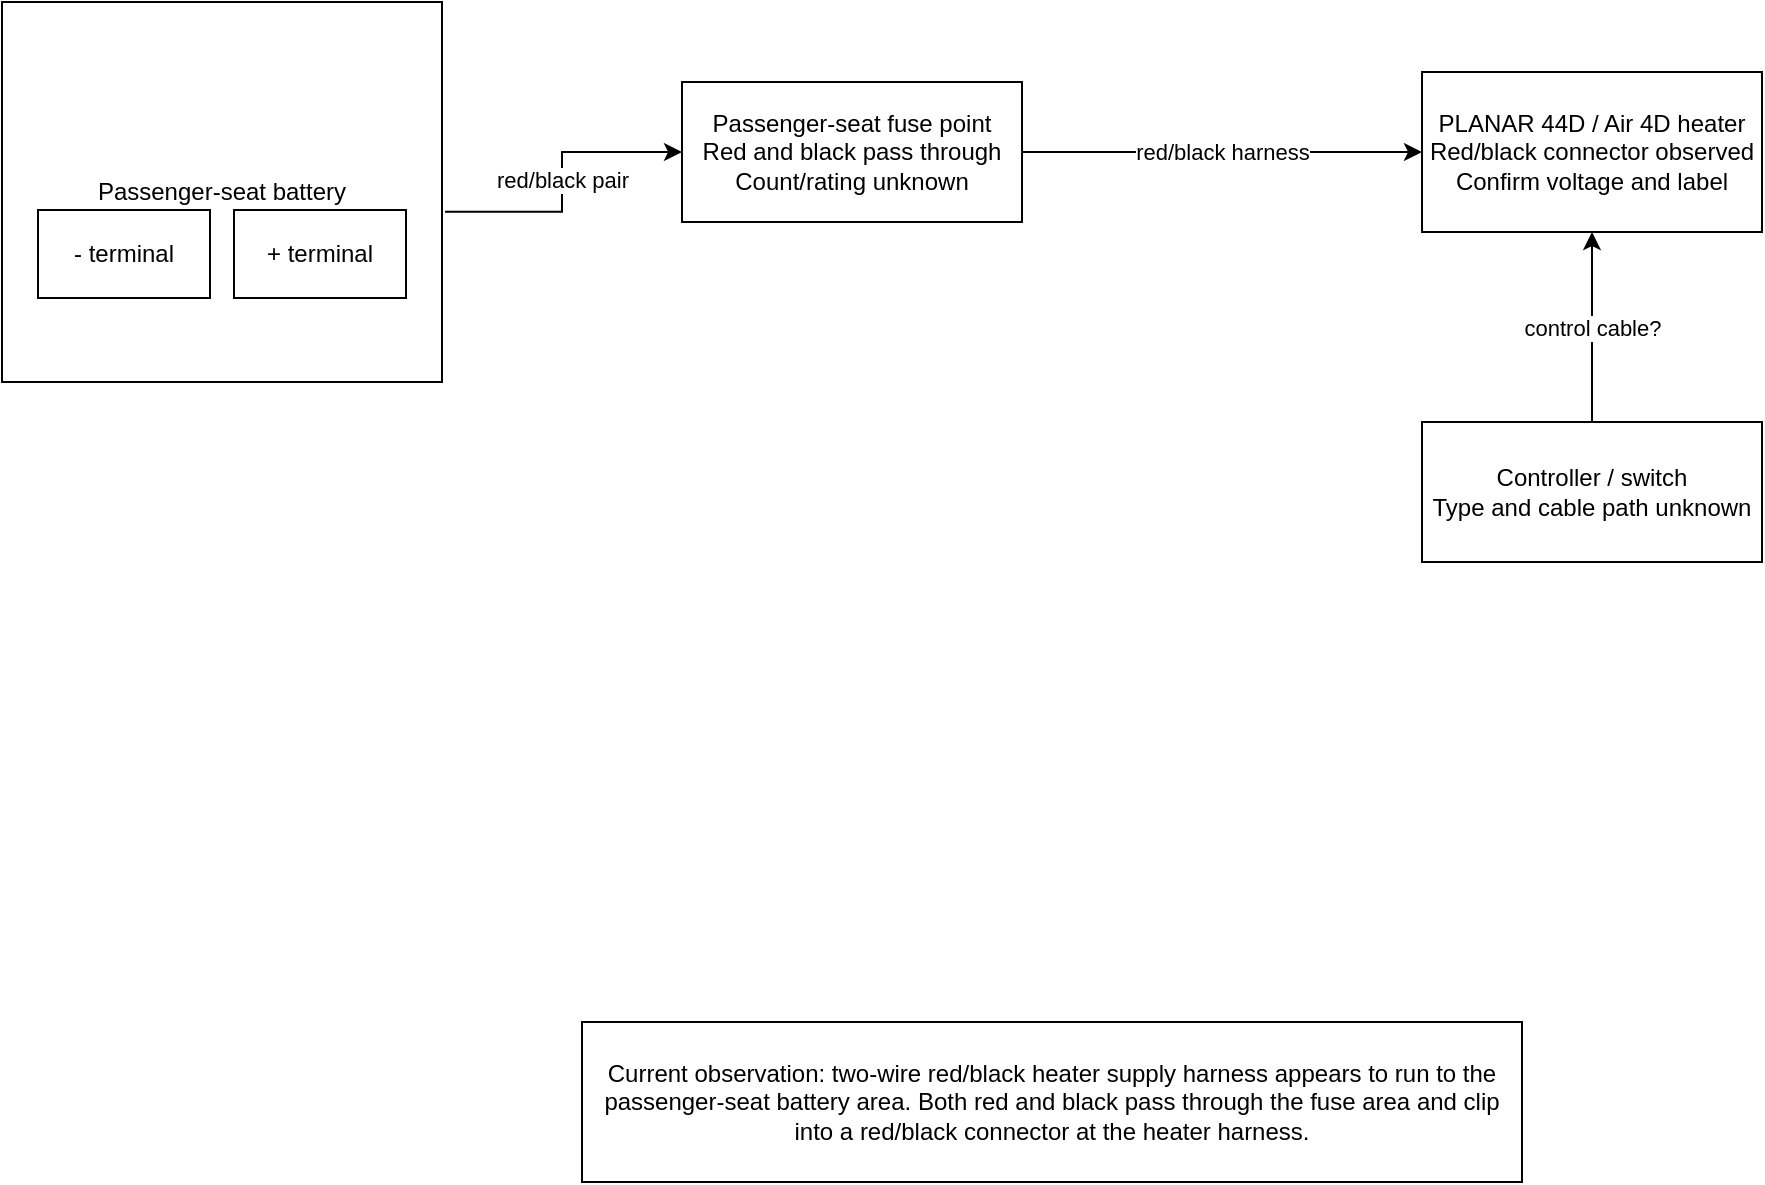
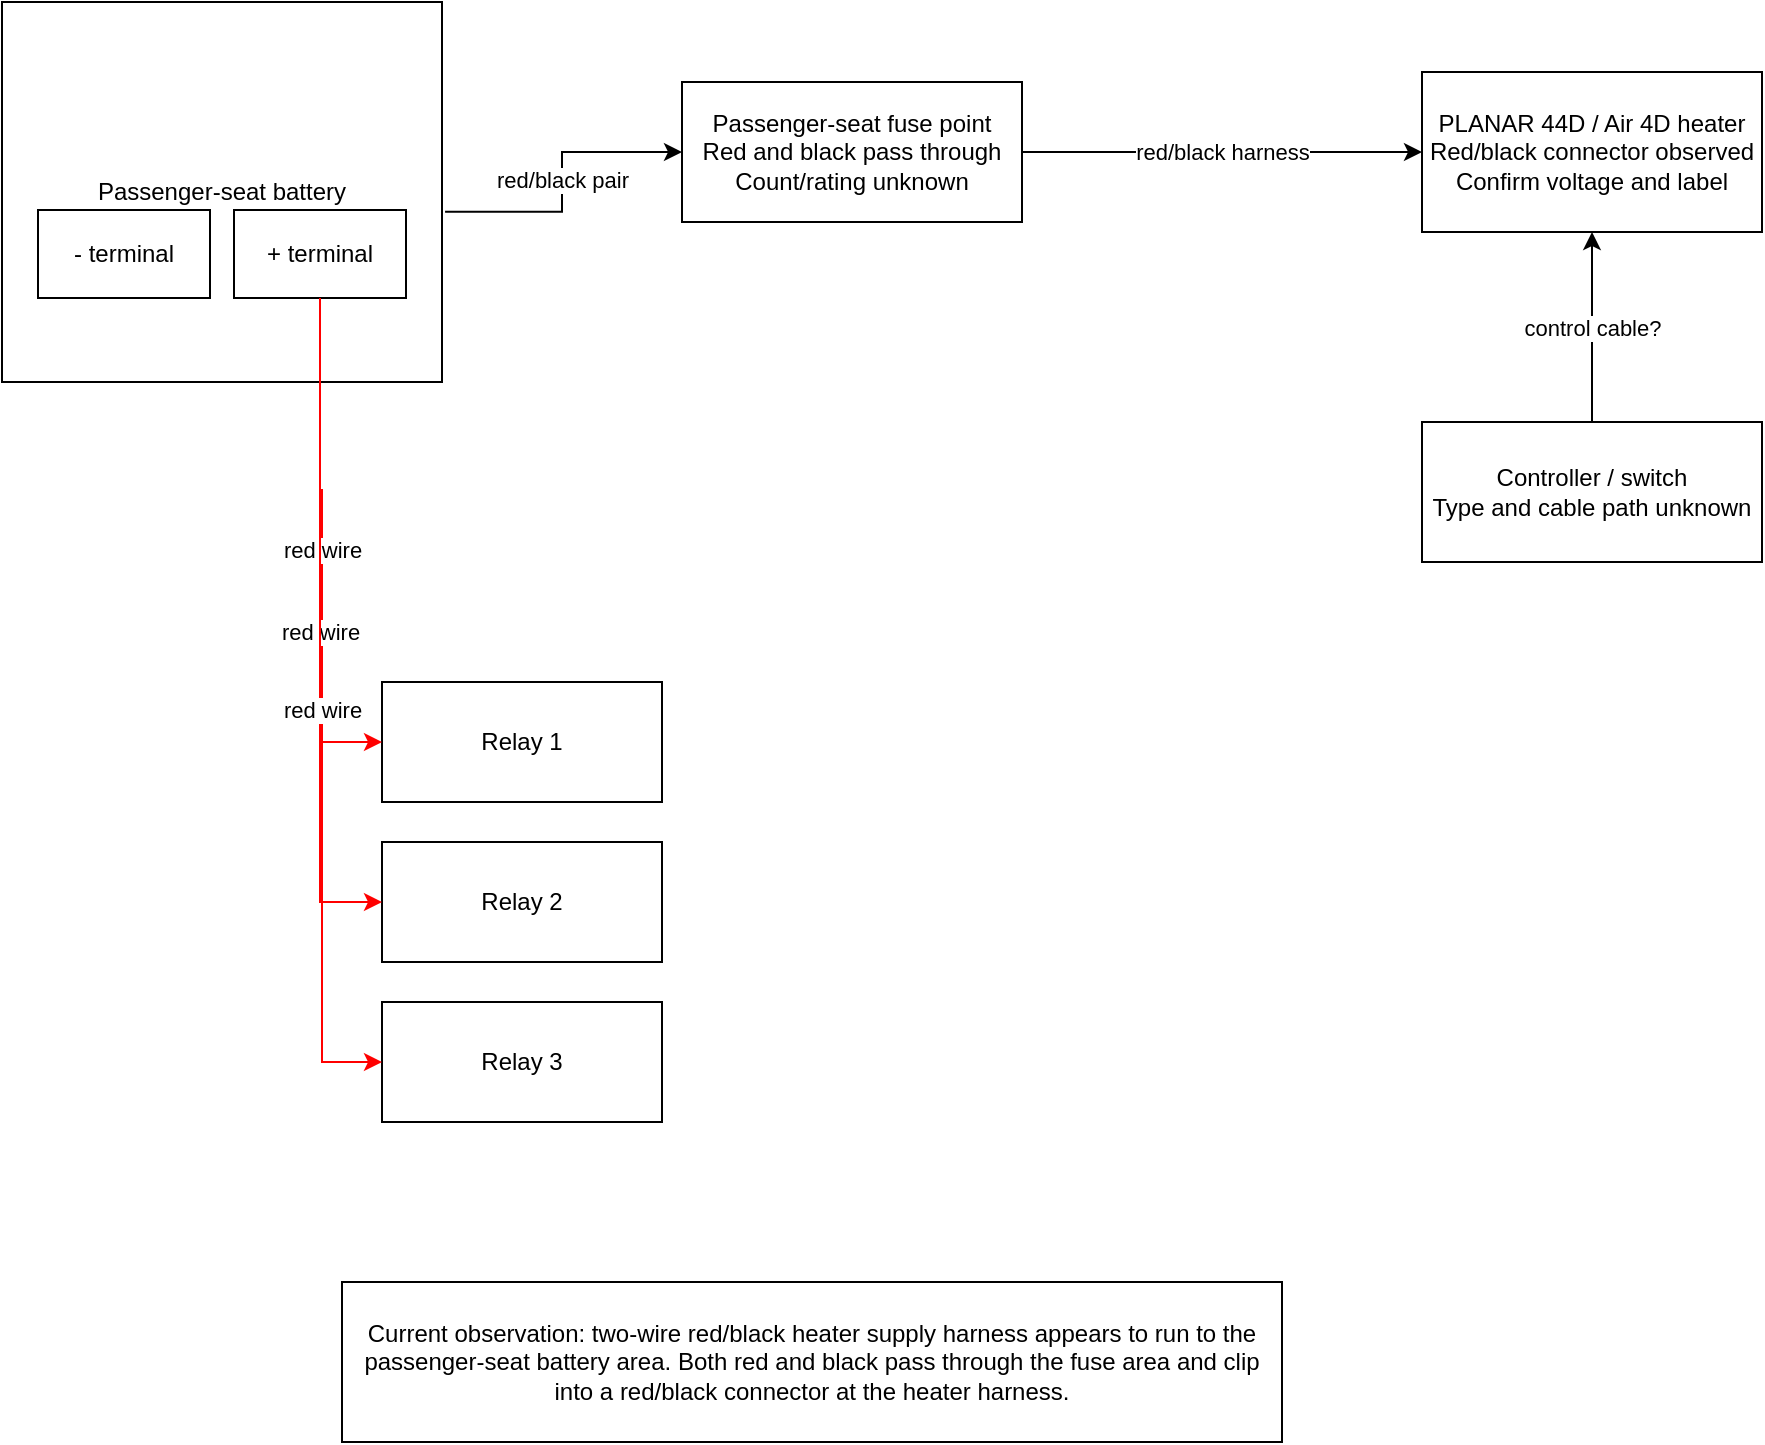
<mxfile host="Electron" agent="Mozilla/5.0 (X11; Linux x86_64) AppleWebKit/537.36 (KHTML, like Gecko) draw.io/29.6.1 Chrome/142.0.7444.265 Electron/39.8.0 Safari/537.36" version="29.6.1">
  <diagram id="electronics-wiring" name="Electronics Wiring">
-     <mxGraphModel dx="1074" dy="418" grid="1" gridSize="10" guides="1" tooltips="1" connect="1" arrows="1" fold="1" page="0" pageScale="1" pageWidth="1169" pageHeight="827" math="0" shadow="0">
+     <mxGraphModel dx="1230" dy="506" grid="1" gridSize="10" guides="1" tooltips="1" connect="1" arrows="1" fold="1" page="0" pageScale="1" pageWidth="1169" pageHeight="827" math="0" shadow="0">
      <root>
        <mxCell id="0" />
        <mxCell id="1" parent="0" />
        <mxCell id="battery-group" parent="1" style="whiteSpace=wrap;html=1;" value="Passenger-seat battery" vertex="1">
          <mxGeometry height="190" width="220" x="-230" y="110" as="geometry" />
        </mxCell>
        <mxCell id="battery-negative" parent="battery-group" style="whiteSpace=wrap;html=1;" value="- terminal" vertex="1">
          <mxGeometry height="44" width="86" x="18" y="104" as="geometry" />
        </mxCell>
        <mxCell id="battery-positive" parent="battery-group" style="whiteSpace=wrap;html=1;" value="+ terminal" vertex="1">
          <mxGeometry height="44" width="86" x="116" y="104" as="geometry" />
        </mxCell>
        <mxCell id="main-fuse-distribution" parent="1" style="whiteSpace=wrap;html=1;" value="Passenger-seat fuse point&lt;br&gt;Red and black pass through&lt;br&gt;Count/rating unknown" vertex="1">
          <mxGeometry height="70" width="170" x="110" y="150" as="geometry" />
        </mxCell>
+         <mxCell id="relay-1" parent="1" style="whiteSpace=wrap;html=1;" value="Relay 1" vertex="1">
+           <mxGeometry height="60" width="140" x="-40" y="450" as="geometry" />
+         </mxCell>
+         <mxCell id="relay-2" parent="1" style="whiteSpace=wrap;html=1;" value="Relay 2" vertex="1">
+           <mxGeometry height="60" width="140" x="-40" y="530" as="geometry" />
+         </mxCell>
+         <mxCell id="relay-3" parent="1" style="whiteSpace=wrap;html=1;" value="Relay 3" vertex="1">
+           <mxGeometry height="60" width="140" x="-40" y="610" as="geometry" />
+         </mxCell>
        <mxCell id="planar-heater" parent="1" style="whiteSpace=wrap;html=1;" value="PLANAR 44D / Air 4D heater&lt;br&gt;Red/black connector observed&lt;br&gt;Confirm voltage and label" vertex="1">
          <mxGeometry height="80" width="170" x="480" y="145" as="geometry" />
        </mxCell>
        <mxCell id="controller-switch" parent="1" style="whiteSpace=wrap;html=1;" value="Controller / switch&lt;br&gt;Type and cable path unknown" vertex="1">
          <mxGeometry height="70" width="170" x="480" y="320" as="geometry" />
        </mxCell>
        <mxCell id="note" parent="1" style="whiteSpace=wrap;html=1;" value="Current observation: two-wire red/black heater supply harness appears to run to the passenger-seat battery area. Both red and black pass through the fuse area and clip into a red/black connector at the heater harness." vertex="1">
-           <mxGeometry height="80" width="470" x="60" y="620" as="geometry" />
+           <mxGeometry height="80" width="470" x="-60" y="750" as="geometry" />
        </mxCell>
        <mxCell id="edge-feed-to-main" edge="1" parent="1" source="battery-group" style="edgeStyle=orthogonalEdgeStyle;rounded=0;orthogonalLoop=1;jettySize=auto;html=1;exitX=1.007;exitY=0.552;exitDx=0;exitDy=0;exitPerimeter=0;" target="main-fuse-distribution" value="red/black pair">
          <mxGeometry relative="1" as="geometry" />
+         </mxCell>
+         <mxCell id="edge-battery-positive-to-relay-1" edge="1" parent="1" source="battery-positive" style="edgeStyle=orthogonalEdgeStyle;rounded=0;orthogonalLoop=1;jettySize=auto;html=1;strokeColor=#ff0000;" target="relay-1" value="red wire">
+           <mxGeometry relative="1" as="geometry">
+             <Array as="points">
+               <mxPoint x="-71" y="354" />
+               <mxPoint x="-70" y="354" />
+               <mxPoint x="-70" y="480" />
+             </Array>
+           </mxGeometry>
+         </mxCell>
+         <mxCell id="edge-battery-positive-to-relay-2" edge="1" parent="1" source="battery-positive" style="edgeStyle=orthogonalEdgeStyle;rounded=0;orthogonalLoop=1;jettySize=auto;html=1;strokeColor=#ff0000;" target="relay-2" value="red wire">
+           <mxGeometry relative="1" as="geometry">
+             <Array as="points">
+               <mxPoint x="-71" y="560" />
+             </Array>
+           </mxGeometry>
+         </mxCell>
+         <mxCell id="edge-battery-positive-to-relay-3" edge="1" parent="1" source="battery-positive" style="edgeStyle=orthogonalEdgeStyle;rounded=0;orthogonalLoop=1;jettySize=auto;html=1;strokeColor=#ff0000;" target="relay-3" value="red wire">
+           <mxGeometry relative="1" as="geometry">
+             <Array as="points">
+               <mxPoint x="-71" y="434" />
+               <mxPoint x="-70" y="434" />
+               <mxPoint x="-70" y="640" />
+             </Array>
+           </mxGeometry>
        </mxCell>
        <mxCell id="edge-fuse-to-heater" edge="1" parent="1" source="main-fuse-distribution" style="edgeStyle=orthogonalEdgeStyle;rounded=0;orthogonalLoop=1;jettySize=auto;html=1;" target="planar-heater" value="red/black harness">
          <mxGeometry relative="1" as="geometry">
            <mxPoint x="890" y="190" as="sourcePoint" />
          </mxGeometry>
        </mxCell>
        <mxCell id="edge-controller-to-heater" edge="1" parent="1" source="controller-switch" style="edgeStyle=orthogonalEdgeStyle;rounded=0;orthogonalLoop=1;jettySize=auto;html=1;" target="planar-heater" value="control cable?">
          <mxGeometry relative="1" as="geometry" />
        </mxCell>
      </root>
    </mxGraphModel>
  </diagram>
</mxfile>
